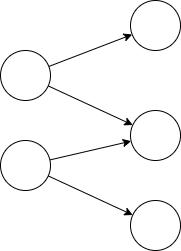
AleksasVaitulevicius/masters_latex keeps this draw.io diagram as img/sparsity.png. Above is the earlier version. Source tidied: cells renumbered, new cells last; positions are measured from the earlier drawing's top-left corner, leaving out a move shared by most shapes.
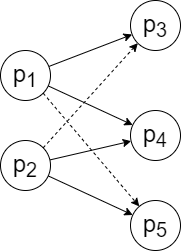
The same diagram one commit later.

Change to the diagram source:
```diff
@@ -2,32 +2,38 @@
   <root>
     <mxCell id="0" />
     <mxCell id="1" parent="0" />
-    <mxCell id="2" style="endArrow=classic;html=1;" parent="1" edge="1" source="4" target="8">
+    <mxCell id="2" style="endArrow=classic;html=1;fontSize=24;" parent="1" edge="1" source="4" target="8">
       <mxGeometry relative="1" as="geometry" />
     </mxCell>
-    <mxCell id="3" style="endArrow=classic;html=1;" parent="1" edge="1" source="4" target="9">
+    <mxCell id="3" style="endArrow=classic;html=1;fontSize=24;" parent="1" edge="1" source="4" target="9">
       <mxGeometry relative="1" as="geometry" />
     </mxCell>
-    <mxCell id="4" style="ellipse;whiteSpace=wrap;html=1;" parent="1" vertex="1">
+    <mxCell id="4" value="p&lt;span style=&quot;font-size: 24px&quot;&gt;&lt;sub&gt;1&lt;/sub&gt;&lt;/span&gt;" style="ellipse;whiteSpace=wrap;html=1;fontSize=24;" parent="1" vertex="1">
       <mxGeometry y="50" width="50" height="50" as="geometry" />
     </mxCell>
-    <mxCell id="5" style="endArrow=classic;html=1;" parent="1" edge="1" source="7" target="9">
+    <mxCell id="5" style="endArrow=classic;html=1;fontSize=24;" parent="1" edge="1" source="7" target="9">
       <mxGeometry relative="1" as="geometry" />
     </mxCell>
-    <mxCell id="6" style="endArrow=classic;html=1;" parent="1" edge="1" source="7" target="10">
+    <mxCell id="6" style="endArrow=classic;html=1;fontSize=24;" parent="1" edge="1" source="7" target="10">
       <mxGeometry relative="1" as="geometry" />
     </mxCell>
-    <mxCell id="7" style="ellipse;whiteSpace=wrap;html=1;" parent="1" vertex="1">
+    <mxCell id="7" value="&lt;span style=&quot;font-size: 24px&quot;&gt;p&lt;/span&gt;&lt;span style=&quot;font-size: 24px&quot;&gt;&lt;sub&gt;2&lt;/sub&gt;&lt;/span&gt;" style="ellipse;whiteSpace=wrap;html=1;fontSize=24;" parent="1" vertex="1">
       <mxGeometry y="140" width="50" height="50" as="geometry" />
     </mxCell>
-    <mxCell id="8" style="ellipse;whiteSpace=wrap;html=1;" parent="1" vertex="1">
+    <mxCell id="8" value="&lt;span style=&quot;font-size: 24px&quot;&gt;p&lt;/span&gt;&lt;span style=&quot;font-size: 24px&quot;&gt;&lt;sub&gt;3&lt;/sub&gt;&lt;/span&gt;" style="ellipse;whiteSpace=wrap;html=1;fontSize=24;" parent="1" vertex="1">
       <mxGeometry x="130" width="50" height="50" as="geometry" />
     </mxCell>
-    <mxCell id="9" style="ellipse;whiteSpace=wrap;html=1;" parent="1" vertex="1">
+    <mxCell id="9" value="&lt;span style=&quot;font-size: 24px&quot;&gt;p&lt;/span&gt;&lt;span style=&quot;font-size: 24px&quot;&gt;&lt;sub&gt;4&lt;/sub&gt;&lt;/span&gt;" style="ellipse;whiteSpace=wrap;html=1;fontSize=24;" parent="1" vertex="1">
       <mxGeometry x="130" y="110" width="50" height="50" as="geometry" />
     </mxCell>
-    <mxCell id="10" style="ellipse;whiteSpace=wrap;html=1;" parent="1" vertex="1">
+    <mxCell id="10" value="&lt;span style=&quot;font-size: 24px&quot;&gt;p&lt;/span&gt;&lt;span style=&quot;font-size: 24px&quot;&gt;&lt;sub&gt;5&lt;/sub&gt;&lt;/span&gt;" style="ellipse;whiteSpace=wrap;html=1;fontSize=24;" parent="1" vertex="1">
       <mxGeometry x="130" y="200" width="50" height="50" as="geometry" />
     </mxCell>
+    <mxCell id="11" style="endArrow=classic;html=1;dashed=1;exitX=1;exitY=1;exitDx=0;exitDy=0;fontSize=24;" parent="1" edge="1" source="4" target="10">
+      <mxGeometry relative="1" as="geometry" />
+    </mxCell>
+    <mxCell id="12" style="endArrow=classic;html=1;dashed=1;exitX=1;exitY=0;exitDx=0;exitDy=0;entryX=0;entryY=1;entryDx=0;entryDy=0;fontSize=24;" parent="1" edge="1" source="7" target="8">
+      <mxGeometry relative="1" as="geometry" />
+    </mxCell>
   </root>
 </mxGraphModel>
```
